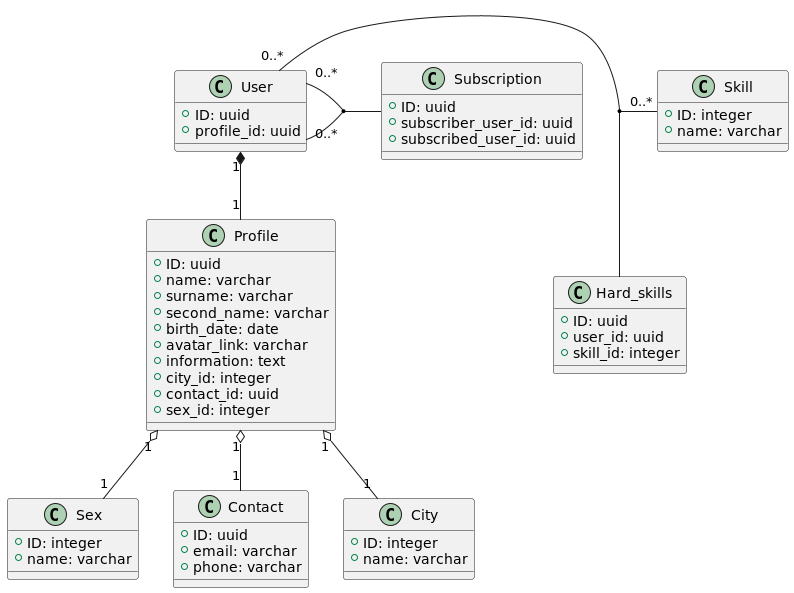
Earlier version of the PlantUML export task_4_indexes/domain.png (yamangulov/skillbox-msa).
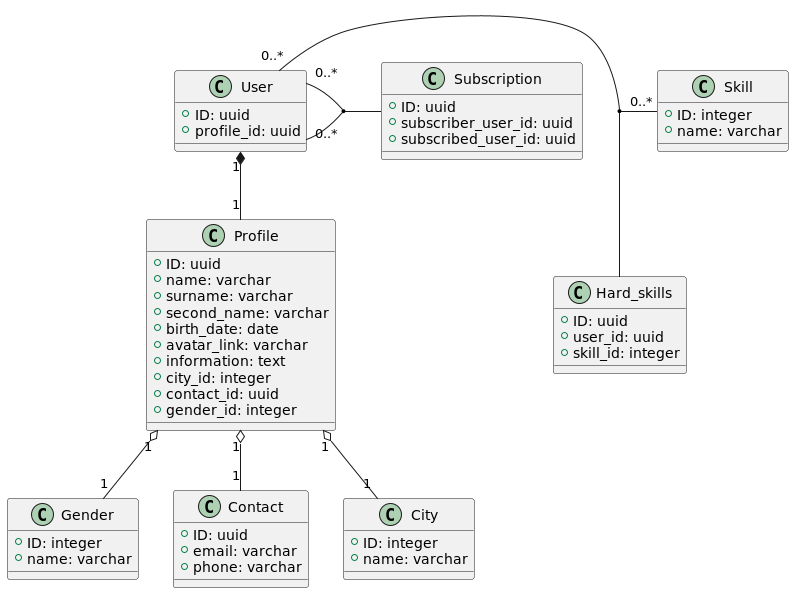
Above is the later version.

What changed in the source:
```diff
@@ -15,10 +15,10 @@
   +information: text
   +city_id: integer
   +contact_id: uuid
-  +sex_id: integer
+  +gender_id: integer
 }
 
-class Sex {
+class Gender {
   +ID: integer
   +name: varchar
 }
@@ -57,7 +57,7 @@
 
 Profile "1" o-- "1" Contact
 
-Profile "1" o-- "1" Sex
+Profile "1" o-- "1" Gender
 
 User "0..*" - "0..*" Skill
 (User, Skill) -- Hard_skills
```
